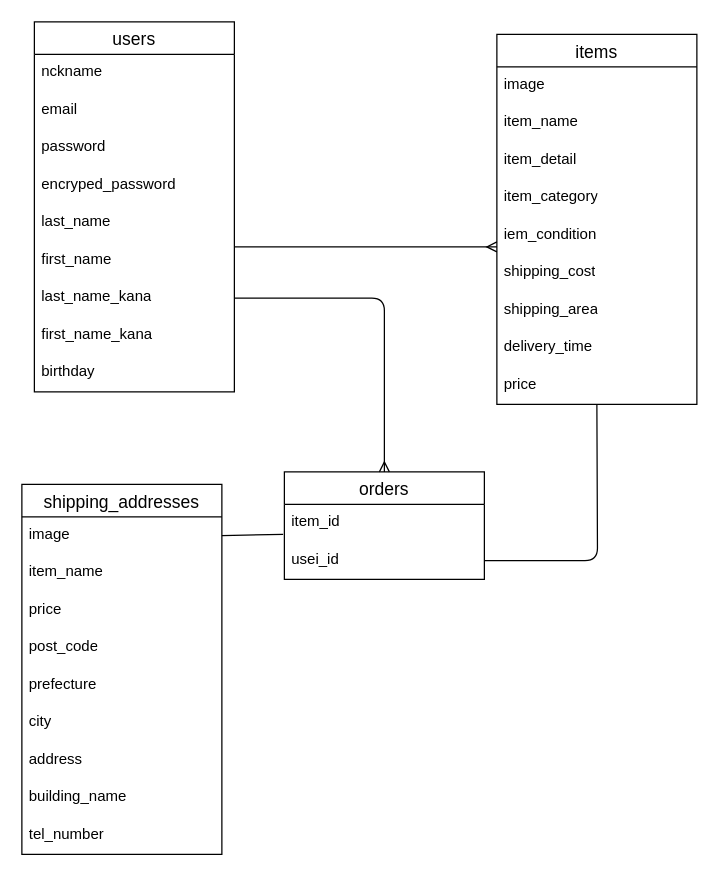
This is furima.dio from mayumishibata-div/furima-1111, a draw.io file, before an edit. Source tidied: cells renumbered, new cells numbered last; positions are measured from the earlier drawing's top-left corner, leaving out a move shared by most shapes. Both pictures are drawn from the tidied source at 125%, with x=0, y=0 at pixel (21, 21).
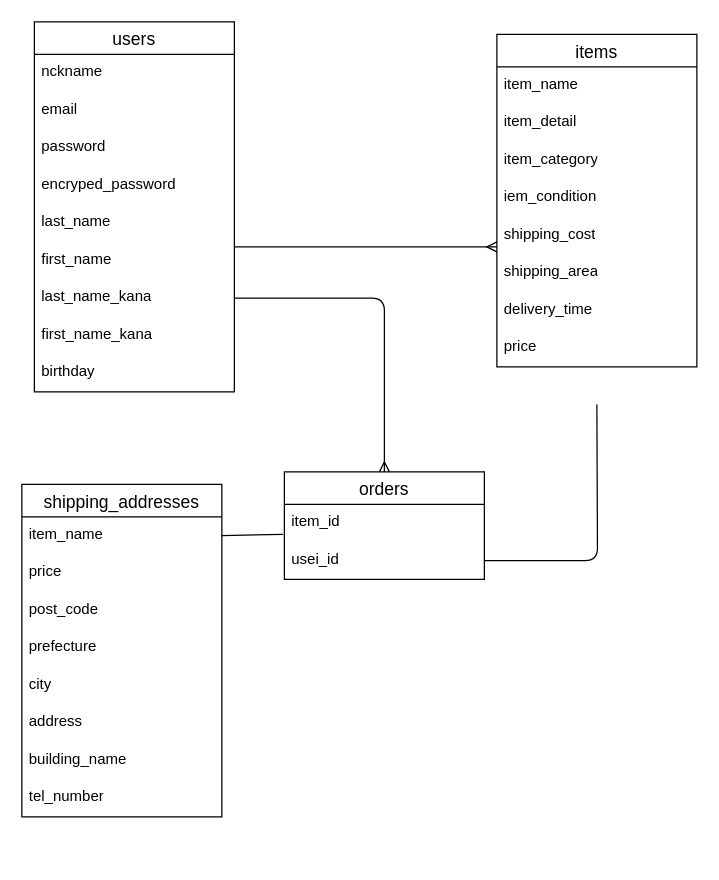
The same diagram, later.

Commit message (it also covers changes not shown here):
画像はActiveStrageを用いて実装するのでimageカラムからは削除

Change to the diagram source:
```diff
@@
     <mxCell id="12" value="items" style="swimlane;fontStyle=0;horizontal=1;startSize=26;align=center;fontSize=14;" parent="1" vertex="1">
-      <mxGeometry x="380" y="10" width="160" height="296" as="geometry" />
+      <mxGeometry x="380" y="10" width="160" height="266" as="geometry" />
     </mxCell>
-    <mxCell id="13" value="image" style="text;strokeColor=none;fillColor=none;spacingLeft=4;spacingRight=4;overflow=hidden;fontSize=12;whiteSpace=wrap;html=1;" parent="12" vertex="1">
-      <mxGeometry y="26" width="160" height="30" as="geometry" />
-    </mxCell>
     <mxCell id="14" value="item_name" style="text;strokeColor=none;fillColor=none;spacingLeft=4;spacingRight=4;overflow=hidden;fontSize=12;whiteSpace=wrap;html=1;" parent="12" vertex="1">
-      <mxGeometry y="56" width="160" height="30" as="geometry" />
+      <mxGeometry y="26" width="160" height="30" as="geometry" />
     </mxCell>
     <mxCell id="15" value="item_detail" style="text;strokeColor=none;fillColor=none;spacingLeft=4;spacingRight=4;overflow=hidden;fontSize=12;whiteSpace=wrap;html=1;" parent="12" vertex="1">
-      <mxGeometry y="86" width="160" height="30" as="geometry" />
+      <mxGeometry y="56" width="160" height="30" as="geometry" />
     </mxCell>
     <mxCell id="16" value="item_category" style="text;strokeColor=none;fillColor=none;spacingLeft=4;spacingRight=4;overflow=hidden;fontSize=12;whiteSpace=wrap;html=1;" parent="12" vertex="1">
-      <mxGeometry y="116" width="160" height="30" as="geometry" />
+      <mxGeometry y="86" width="160" height="30" as="geometry" />
     </mxCell>
     <mxCell id="17" value="iem_condition" style="text;strokeColor=none;fillColor=none;spacingLeft=4;spacingRight=4;overflow=hidden;fontSize=12;whiteSpace=wrap;html=1;" parent="12" vertex="1">
-      <mxGeometry y="146" width="160" height="30" as="geometry" />
+      <mxGeometry y="116" width="160" height="30" as="geometry" />
     </mxCell>
     <mxCell id="18" value="shipping_cost" style="text;strokeColor=none;fillColor=none;spacingLeft=4;spacingRight=4;overflow=hidden;fontSize=12;whiteSpace=wrap;html=1;" parent="12" vertex="1">
-      <mxGeometry y="176" width="160" height="30" as="geometry" />
+      <mxGeometry y="146" width="160" height="30" as="geometry" />
     </mxCell>
     <mxCell id="19" value="shipping_area" style="text;strokeColor=none;fillColor=none;spacingLeft=4;spacingRight=4;overflow=hidden;fontSize=12;whiteSpace=wrap;html=1;" parent="12" vertex="1">
-      <mxGeometry y="206" width="160" height="30" as="geometry" />
+      <mxGeometry y="176" width="160" height="30" as="geometry" />
     </mxCell>
     <mxCell id="20" value="delivery_time" style="text;strokeColor=none;fillColor=none;spacingLeft=4;spacingRight=4;overflow=hidden;fontSize=12;whiteSpace=wrap;html=1;" parent="12" vertex="1">
-      <mxGeometry y="236" width="160" height="30" as="geometry" />
+      <mxGeometry y="206" width="160" height="30" as="geometry" />
     </mxCell>
     <mxCell id="21" value="price" style="text;strokeColor=none;fillColor=none;spacingLeft=4;spacingRight=4;overflow=hidden;fontSize=12;whiteSpace=wrap;html=1;" parent="12" vertex="1">
-      <mxGeometry y="266" width="160" height="30" as="geometry" />
+      <mxGeometry y="236" width="160" height="30" as="geometry" />
     </mxCell>
     <mxCell id="22" value="shipping_addresses" style="swimlane;fontStyle=0;horizontal=1;startSize=26;align=center;fontSize=14;" parent="1" vertex="1">
-      <mxGeometry y="370" width="160" height="296" as="geometry" />
+      <mxGeometry y="370" width="160" height="266" as="geometry" />
     </mxCell>
-    <mxCell id="23" value="image" style="text;strokeColor=none;fillColor=none;spacingLeft=4;spacingRight=4;overflow=hidden;points=[[0,0.5],[1,0.5]];portConstraint=eastwest;fontSize=12;whiteSpace=wrap;html=1;" parent="22" vertex="1">
-      <mxGeometry y="26" width="160" height="30" as="geometry" />
-    </mxCell>
     <mxCell id="24" value="item_name" style="text;strokeColor=none;fillColor=none;spacingLeft=4;spacingRight=4;overflow=hidden;fontSize=12;whiteSpace=wrap;html=1;" parent="22" vertex="1">
-      <mxGeometry y="56" width="160" height="30" as="geometry" />
+      <mxGeometry y="26" width="160" height="30" as="geometry" />
     </mxCell>
     <mxCell id="25" value="price" style="text;strokeColor=none;fillColor=none;spacingLeft=4;spacingRight=4;overflow=hidden;fontSize=12;whiteSpace=wrap;html=1;" parent="22" vertex="1">
-      <mxGeometry y="86" width="160" height="30" as="geometry" />
+      <mxGeometry y="56" width="160" height="30" as="geometry" />
     </mxCell>
     <mxCell id="26" value="post_code" style="text;strokeColor=none;fillColor=none;spacingLeft=4;spacingRight=4;overflow=hidden;fontSize=12;whiteSpace=wrap;html=1;" parent="22" vertex="1">
-      <mxGeometry y="116" width="160" height="30" as="geometry" />
+      <mxGeometry y="86" width="160" height="30" as="geometry" />
     </mxCell>
     <mxCell id="27" value="prefecture" style="text;strokeColor=none;fillColor=none;spacingLeft=4;spacingRight=4;overflow=hidden;fontSize=12;whiteSpace=wrap;html=1;" parent="22" vertex="1">
-      <mxGeometry y="146" width="160" height="30" as="geometry" />
+      <mxGeometry y="116" width="160" height="30" as="geometry" />
     </mxCell>
     <mxCell id="28" value="city" style="text;strokeColor=none;fillColor=none;spacingLeft=4;spacingRight=4;overflow=hidden;fontSize=12;whiteSpace=wrap;html=1;" parent="22" vertex="1">
-      <mxGeometry y="176" width="160" height="30" as="geometry" />
+      <mxGeometry y="146" width="160" height="30" as="geometry" />
     </mxCell>
     <mxCell id="29" value="address" style="text;strokeColor=none;fillColor=none;spacingLeft=4;spacingRight=4;overflow=hidden;fontSize=12;whiteSpace=wrap;html=1;" parent="22" vertex="1">
-      <mxGeometry y="206" width="160" height="30" as="geometry" />
+      <mxGeometry y="176" width="160" height="30" as="geometry" />
     </mxCell>
     <mxCell id="30" value="building_name" style="text;strokeColor=none;fillColor=none;spacingLeft=4;spacingRight=4;overflow=hidden;fontSize=12;whiteSpace=wrap;html=1;" parent="22" vertex="1">
-      <mxGeometry y="236" width="160" height="30" as="geometry" />
+      <mxGeometry y="206" width="160" height="30" as="geometry" />
     </mxCell>
     <mxCell id="31" value="tel_number" style="text;strokeColor=none;fillColor=none;spacingLeft=4;spacingRight=4;overflow=hidden;fontSize=12;whiteSpace=wrap;html=1;" parent="22" vertex="1">
-      <mxGeometry y="266" width="160" height="30" as="geometry" />
+      <mxGeometry y="236" width="160" height="30" as="geometry" />
     </mxCell>
@@
-    <mxCell id="37" style="edgeStyle=none;html=1;exitX=1;exitY=0.5;exitDx=0;exitDy=0;endArrow=none;endFill=0;" parent="1" edge="1" source="23">
+    <mxCell id="37" style="edgeStyle=none;html=1;exitX=1;exitY=0.5;exitDx=0;exitDy=0;endArrow=none;endFill=0;" parent="1" edge="1">
       <mxGeometry relative="1" as="geometry">
+        <mxPoint x="160" y="411" as="sourcePoint" />
         <mxPoint x="209" y="410" as="targetPoint" />
       </mxGeometry>
     </mxCell>
```
